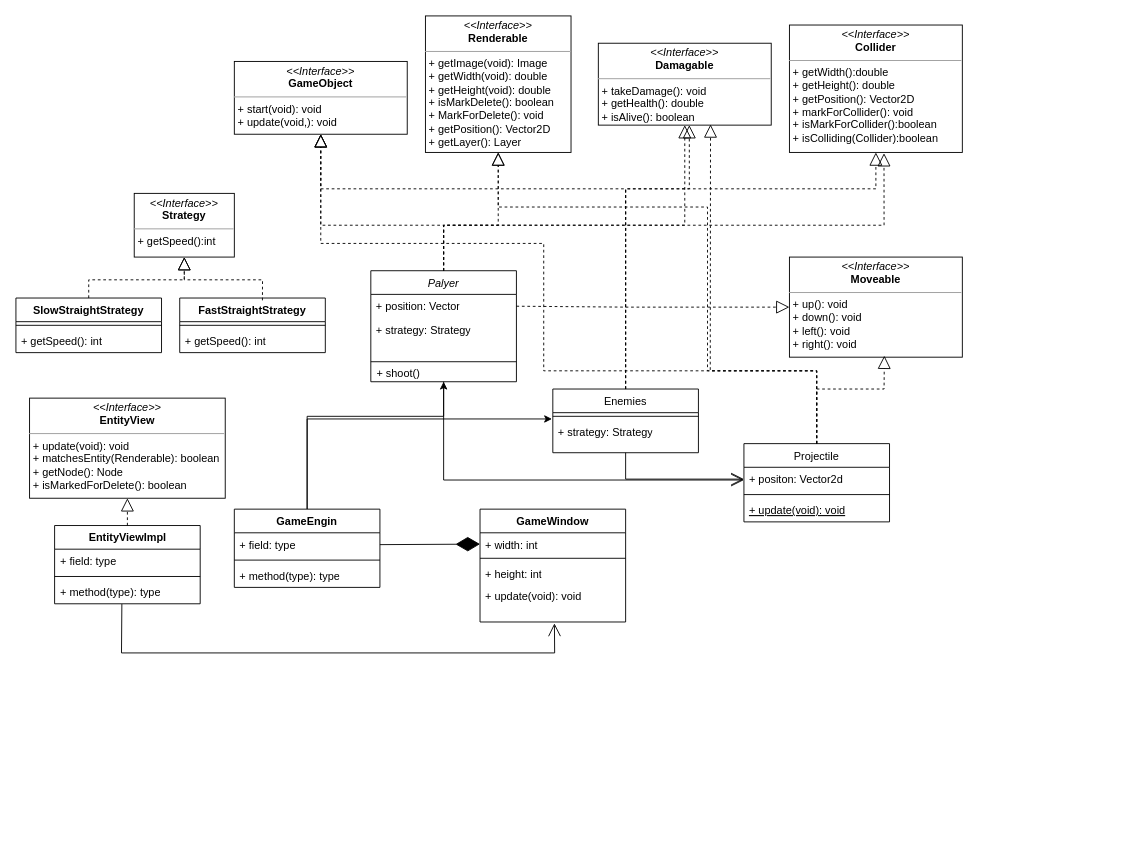
The draw.io diagram space.drawio in hayden-pzhou/drawioChart, before the edit. Source tidied: cells renumbered, new cells numbered last; positions are measured from the earlier drawing's top-left corner, leaving out a move shared by most shapes. Both pictures are drawn from the tidied source at 91%, with x=0, y=0 at pixel (15, 15).
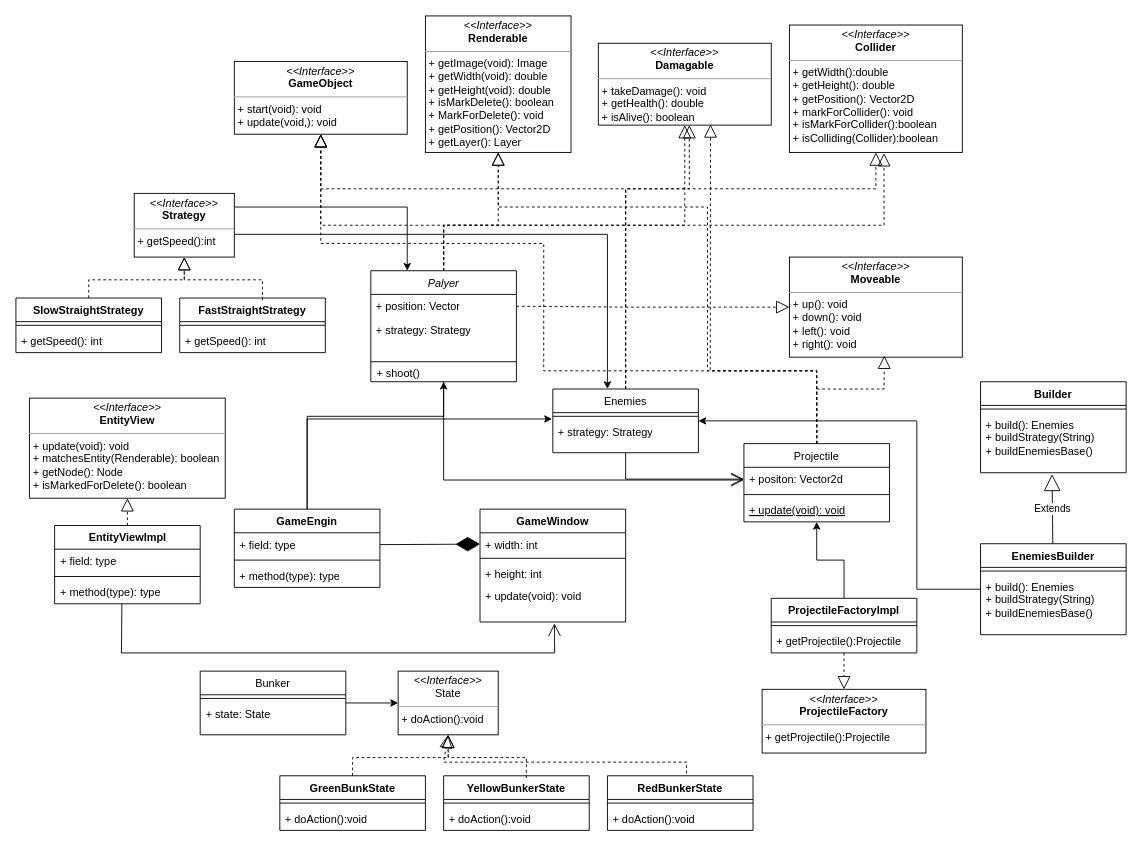
The same page after the edit.

The change refers to these unchanged cells:
```xml
<mxCell id="2" value="Palyer" style="swimlane;fontStyle=2;align=center;verticalAlign=top;horizontal=1;startSize=26;rounded=0;shadow=0;strokeWidth=1;" parent="1" vertex="1">
  <mxGeometry x="390" y="280" width="160" height="122" as="geometry" />
</mxCell>
<mxCell id="6" value="Projectile" style="swimlane;fontStyle=0;align=center;verticalAlign=top;horizontal=1;startSize=26;rounded=0;shadow=0;strokeWidth=1;" parent="1" vertex="1">
  <mxGeometry x="800" y="470" width="160" height="86" as="geometry" />
</mxCell>
<mxCell id="10" value="Enemies" style="swimlane;fontStyle=0;align=center;verticalAlign=top;horizontal=1;startSize=26;rounded=0;shadow=0;strokeWidth=1;" parent="1" vertex="1">
  <mxGeometry x="590" y="410" width="160" height="70" as="geometry" />
</mxCell>
<mxCell id="23" value="&lt;p style=&quot;margin:0px;margin-top:4px;text-align:center;&quot;&gt;&lt;i&gt;&amp;lt;&amp;lt;Interface&amp;gt;&amp;gt;&lt;/i&gt;&lt;br&gt;&lt;b&gt;Strategy&lt;/b&gt;&lt;/p&gt;&lt;hr size=&quot;1&quot;&gt;&lt;p style=&quot;margin:0px;margin-left:4px;&quot;&gt;+ getSpeed():int&lt;br&gt;&lt;/p&gt;" style="verticalAlign=top;align=left;overflow=fill;fontSize=12;fontFamily=Helvetica;html=1;whiteSpace=wrap;" parent="1" vertex="1">
  <mxGeometry x="130" y="195" width="110" height="70" as="geometry" />
</mxCell>
```

What changed in the source:
```diff
@@
+    <mxCell id="61" style="edgeStyle=orthogonalEdgeStyle;rounded=0;jettySize=auto;html=1;" parent="1" edge="1" source="23" target="10">
+      <mxGeometry relative="1" as="geometry">
+        <Array as="points">
+          <mxPoint x="650" y="240" />
+        </Array>
+      </mxGeometry>
+    </mxCell>
+    <mxCell id="62" style="edgeStyle=orthogonalEdgeStyle;rounded=0;jettySize=auto;html=1;entryX=0.25;entryY=0;entryDx=0;entryDy=0;" parent="1" edge="1" source="23" target="2">
+      <mxGeometry relative="1" as="geometry">
+        <Array as="points">
+          <mxPoint x="430" y="210" />
+        </Array>
+      </mxGeometry>
+    </mxCell>
@@
+    <mxCell id="63" value="&lt;p style=&quot;margin:0px;margin-top:4px;text-align:center;&quot;&gt;&lt;i&gt;&amp;lt;&amp;lt;Interface&amp;gt;&amp;gt;&lt;/i&gt;&lt;br&gt;&lt;b&gt;ProjectileFactory&lt;/b&gt;&lt;/p&gt;&lt;hr size=&quot;1&quot;&gt;&lt;p style=&quot;margin:0px;margin-left:4px;&quot;&gt;+ getProjectile():Projectile&lt;br&gt;&lt;/p&gt;" style="verticalAlign=top;align=left;overflow=fill;fontSize=12;fontFamily=Helvetica;html=1;whiteSpace=wrap;" parent="1" vertex="1">
+      <mxGeometry x="820" y="740" width="180" height="70" as="geometry" />
+    </mxCell>
+    <mxCell id="64" style="edgeStyle=orthogonalEdgeStyle;rounded=0;jettySize=auto;html=1;" parent="1" edge="1" source="65" target="6">
+      <mxGeometry relative="1" as="geometry" />
+    </mxCell>
+    <mxCell id="65" value="&lt;b style=&quot;border-color: var(--border-color);&quot;&gt;ProjectileFactoryImpl&lt;/b&gt;" style="swimlane;fontStyle=1;align=center;verticalAlign=top;horizontal=1;startSize=26;whiteSpace=wrap;html=1;" parent="1" vertex="1">
+      <mxGeometry x="830" y="640" width="160" height="60" as="geometry" />
+    </mxCell>
+    <mxCell id="66" style="line;strokeWidth=1;fillColor=none;align=left;verticalAlign=middle;spacingTop=-1;spacingLeft=3;spacingRight=3;labelPosition=right;strokeColor=inherit;" parent="65" vertex="1">
+      <mxGeometry y="26" width="160" height="8" as="geometry" />
+    </mxCell>
+    <mxCell id="67" value="+ getProjectile():Projectile" style="text;strokeColor=none;fillColor=none;align=left;verticalAlign=top;spacingLeft=4;spacingRight=4;overflow=hidden;whiteSpace=wrap;html=1;" parent="65" vertex="1">
+      <mxGeometry y="34" width="160" height="26" as="geometry" />
+    </mxCell>
+    <mxCell id="68" style="endArrow=block;dashed=1;endFill=0;endSize=12;html=1;rounded=0;entryX=0.5;entryY=0;entryDx=0;entryDy=0;" parent="1" edge="1" source="65" target="63">
+      <mxGeometry relative="1" as="geometry" />
+    </mxCell>
+    <mxCell id="69" value="&lt;p style=&quot;margin:0px;margin-top:4px;text-align:center;&quot;&gt;&lt;i&gt;&amp;lt;&amp;lt;Interface&amp;gt;&amp;gt;&lt;/i&gt;&lt;br&gt;State&lt;/p&gt;&lt;hr size=&quot;1&quot;&gt;&lt;p style=&quot;margin:0px;margin-left:4px;&quot;&gt;+ doAction():void&lt;br&gt;&lt;/p&gt;" style="verticalAlign=top;align=left;overflow=fill;fontSize=12;fontFamily=Helvetica;html=1;whiteSpace=wrap;" parent="1" vertex="1">
+      <mxGeometry x="420" y="720" width="110" height="70" as="geometry" />
+    </mxCell>
+    <mxCell id="70" value="GreenBunkState" style="swimlane;fontStyle=1;align=center;verticalAlign=top;horizontal=1;startSize=26;whiteSpace=wrap;html=1;" parent="1" vertex="1">
+      <mxGeometry x="290" y="835" width="160" height="60" as="geometry" />
+    </mxCell>
+    <mxCell id="71" style="line;strokeWidth=1;fillColor=none;align=left;verticalAlign=middle;spacingTop=-1;spacingLeft=3;spacingRight=3;labelPosition=right;strokeColor=inherit;" parent="70" vertex="1">
+      <mxGeometry y="26" width="160" height="8" as="geometry" />
+    </mxCell>
+    <mxCell id="72" value="+ doAction():void" style="text;strokeColor=none;fillColor=none;align=left;verticalAlign=top;spacingLeft=4;spacingRight=4;overflow=hidden;whiteSpace=wrap;html=1;" parent="70" vertex="1">
+      <mxGeometry y="34" width="160" height="26" as="geometry" />
+    </mxCell>
+    <mxCell id="73" style="endArrow=block;dashed=1;endFill=0;endSize=12;html=1;rounded=0;exitX=0.5;exitY=0;exitDx=0;exitDy=0;entryX=0.5;entryY=1;entryDx=0;entryDy=0;" parent="1" edge="1" source="70" target="69">
+      <mxGeometry relative="1" as="geometry">
+        <Array as="points">
+          <mxPoint x="370" y="815" />
+          <mxPoint x="475" y="815" />
+        </Array>
+      </mxGeometry>
+    </mxCell>
+    <mxCell id="74" value="YellowBunkerState" style="swimlane;fontStyle=1;align=center;verticalAlign=top;horizontal=1;startSize=26;whiteSpace=wrap;html=1;" parent="1" vertex="1">
+      <mxGeometry x="470" y="835" width="160" height="60" as="geometry" />
+    </mxCell>
+    <mxCell id="75" style="line;strokeWidth=1;fillColor=none;align=left;verticalAlign=middle;spacingTop=-1;spacingLeft=3;spacingRight=3;labelPosition=right;strokeColor=inherit;" parent="74" vertex="1">
+      <mxGeometry y="26" width="160" height="8" as="geometry" />
+    </mxCell>
+    <mxCell id="76" value="+ doAction():void" style="text;strokeColor=none;fillColor=none;align=left;verticalAlign=top;spacingLeft=4;spacingRight=4;overflow=hidden;whiteSpace=wrap;html=1;" parent="74" vertex="1">
+      <mxGeometry y="34" width="160" height="26" as="geometry" />
+    </mxCell>
+    <mxCell id="77" style="endArrow=block;dashed=1;endFill=0;endSize=12;html=1;rounded=0;exitX=0.568;exitY=0.043;exitDx=0;exitDy=0;exitPerimeter=0;entryX=0.5;entryY=1;entryDx=0;entryDy=0;" parent="1" edge="1" source="74" target="69">
+      <mxGeometry relative="1" as="geometry">
+        <Array as="points">
+          <mxPoint x="561" y="815" />
+          <mxPoint x="475" y="815" />
+        </Array>
+      </mxGeometry>
+    </mxCell>
+    <mxCell id="78" value="RedBunkerState" style="swimlane;fontStyle=1;align=center;verticalAlign=top;horizontal=1;startSize=26;whiteSpace=wrap;html=1;" parent="1" vertex="1">
+      <mxGeometry x="650" y="835" width="160" height="60" as="geometry" />
+    </mxCell>
+    <mxCell id="79" style="line;strokeWidth=1;fillColor=none;align=left;verticalAlign=middle;spacingTop=-1;spacingLeft=3;spacingRight=3;labelPosition=right;strokeColor=inherit;" parent="78" vertex="1">
+      <mxGeometry y="26" width="160" height="8" as="geometry" />
+    </mxCell>
+    <mxCell id="80" value="+ doAction():void" style="text;strokeColor=none;fillColor=none;align=left;verticalAlign=top;spacingLeft=4;spacingRight=4;overflow=hidden;whiteSpace=wrap;html=1;" parent="78" vertex="1">
+      <mxGeometry y="34" width="160" height="26" as="geometry" />
+    </mxCell>
+    <mxCell id="81" style="endArrow=block;dashed=1;endFill=0;endSize=12;html=1;rounded=0;exitX=0.544;exitY=-0.043;exitDx=0;exitDy=0;exitPerimeter=0;entryX=0.5;entryY=1;entryDx=0;entryDy=0;" parent="1" edge="1" source="78" target="69">
+      <mxGeometry relative="1" as="geometry">
+        <Array as="points">
+          <mxPoint x="737" y="820" />
+          <mxPoint x="650" y="820" />
+          <mxPoint x="571" y="820" />
+          <mxPoint x="470" y="820" />
+        </Array>
+      </mxGeometry>
+    </mxCell>
+    <mxCell id="82" style="edgeStyle=orthogonalEdgeStyle;rounded=0;jettySize=auto;html=1;entryX=0;entryY=0.5;entryDx=0;entryDy=0;" parent="1" edge="1" source="83" target="69">
+      <mxGeometry relative="1" as="geometry" />
+    </mxCell>
+    <mxCell id="83" value="Bunker" style="swimlane;fontStyle=0;align=center;verticalAlign=top;horizontal=1;startSize=26;rounded=0;shadow=0;strokeWidth=1;" parent="1" vertex="1">
+      <mxGeometry x="202.5" y="720" width="160" height="70" as="geometry" />
+    </mxCell>
+    <mxCell id="84" style="line;html=1;strokeWidth=1;align=left;verticalAlign=middle;spacingTop=-1;spacingLeft=3;spacingRight=3;labelPosition=right;" parent="83" vertex="1">
+      <mxGeometry y="26" width="160" height="8" as="geometry" />
+    </mxCell>
+    <mxCell id="85" value="+ state: State" style="text;strokeColor=none;fillColor=none;align=left;verticalAlign=top;spacingLeft=4;spacingRight=4;overflow=hidden;whiteSpace=wrap;html=1;" parent="83" vertex="1">
+      <mxGeometry y="34" width="160" height="26" as="geometry" />
+    </mxCell>
+    <mxCell id="86" value="Builder" style="swimlane;fontStyle=1;align=center;verticalAlign=top;horizontal=1;startSize=26;whiteSpace=wrap;html=1;" parent="1" vertex="1">
+      <mxGeometry x="1060" y="402" width="160" height="100" as="geometry" />
+    </mxCell>
+    <mxCell id="87" style="line;strokeWidth=1;fillColor=none;align=left;verticalAlign=middle;spacingTop=-1;spacingLeft=3;spacingRight=3;labelPosition=right;strokeColor=inherit;" parent="86" vertex="1">
+      <mxGeometry y="26" width="160" height="8" as="geometry" />
+    </mxCell>
+    <mxCell id="88" value="+ build(): Enemies&lt;br&gt;+ buildStrategy(String)&lt;br&gt;+ buildEnemiesBase()" style="text;strokeColor=none;fillColor=none;align=left;verticalAlign=top;spacingLeft=4;spacingRight=4;overflow=hidden;points=[[0,0.5],[1,0.5]];portConstraint=eastwest;whiteSpace=wrap;html=1;" parent="86" vertex="1">
+      <mxGeometry y="34" width="160" height="66" as="geometry" />
+    </mxCell>
+    <mxCell id="89" style="edgeStyle=orthogonalEdgeStyle;rounded=0;jettySize=auto;html=1;entryX=1;entryY=0.5;entryDx=0;entryDy=0;" parent="1" edge="1" source="90" target="10">
+      <mxGeometry relative="1" as="geometry">
+        <Array as="points">
+          <mxPoint x="990" y="630" />
+          <mxPoint x="990" y="445" />
+        </Array>
+      </mxGeometry>
+    </mxCell>
+    <mxCell id="90" value="EnemiesBuilder" style="swimlane;fontStyle=1;align=center;verticalAlign=top;horizontal=1;startSize=26;whiteSpace=wrap;html=1;" parent="1" vertex="1">
+      <mxGeometry x="1060" y="580" width="160" height="100" as="geometry" />
+    </mxCell>
+    <mxCell id="91" style="line;strokeWidth=1;fillColor=none;align=left;verticalAlign=middle;spacingTop=-1;spacingLeft=3;spacingRight=3;labelPosition=right;strokeColor=inherit;" parent="90" vertex="1">
+      <mxGeometry y="26" width="160" height="8" as="geometry" />
+    </mxCell>
+    <mxCell id="92" value="+ build(): Enemies&lt;br&gt;+ buildStrategy(String)&lt;br&gt;+ buildEnemiesBase()" style="text;strokeColor=none;fillColor=none;align=left;verticalAlign=top;spacingLeft=4;spacingRight=4;overflow=hidden;whiteSpace=wrap;html=1;" parent="90" vertex="1">
+      <mxGeometry y="34" width="160" height="66" as="geometry" />
+    </mxCell>
+    <mxCell id="93" value="Extends" style="endArrow=block;endSize=16;endFill=0;html=1;rounded=0;entryX=0.491;entryY=1.024;entryDx=0;entryDy=0;entryPerimeter=0;" parent="1" edge="1" source="90" target="88">
+      <mxGeometry relative="1" as="geometry" />
+    </mxCell>
```
